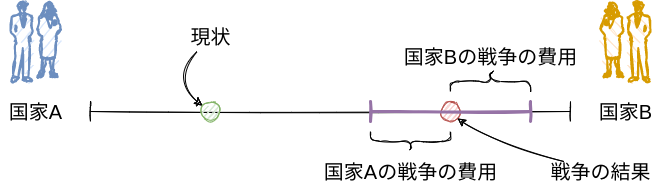
shohei-doi/intro_polisci keeps this draw.io diagram as docs/figures/bargaining_range3.drawio.png. Above is the earlier version. Source tidied: cells renumbered, new cells last; positions are measured from the earlier drawing's top-left corner, leaving out a move shared by most shapes. Source of this version:
```xml
<mxGraphModel>
  <root>
    <mxCell id="0" />
    <mxCell id="1" parent="0" />
    <mxCell id="2" style="shape=crossbar;whiteSpace=wrap;html=1;rounded=1;sketch=1;" parent="1" vertex="1">
      <mxGeometry x="90" y="100" width="480" height="20" as="geometry" />
    </mxCell>
    <mxCell id="3" value="&lt;font style=&quot;font-size: 20px&quot;&gt;国家A&lt;br&gt;&lt;/font&gt;" style="text;html=1;align=center;verticalAlign=middle;fillColor=none;strokeColor=none;rounded=0;sketch=1;" parent="1" vertex="1">
      <mxGeometry y="100" width="70" height="20" as="geometry" />
    </mxCell>
    <mxCell id="4" value="&lt;font style=&quot;font-size: 20px&quot;&gt;国家B&lt;br&gt;&lt;/font&gt;" style="text;html=1;align=center;verticalAlign=middle;fillColor=none;strokeColor=none;rounded=0;sketch=1;" parent="1" vertex="1">
      <mxGeometry x="590" y="100" width="70" height="20" as="geometry" />
    </mxCell>
    <mxCell id="5" style="shape=mxgraph.cisco.people.man_woman;html=1;dashed=0;fillColor=#dae8fc;strokeColor=#6c8ebf;strokeWidth=2;verticalLabelPosition=bottom;verticalAlign=top;align=center;sketch=1;fontSize=20;" parent="1" vertex="1">
      <mxGeometry x="10" width="50" height="80" as="geometry" />
    </mxCell>
    <mxCell id="6" style="shape=mxgraph.cisco.people.man_woman;html=1;dashed=0;fillColor=#ffe6cc;strokeColor=#d79b00;strokeWidth=2;verticalLabelPosition=bottom;verticalAlign=top;align=center;sketch=1;fontSize=20;flipH=1;" parent="1" vertex="1">
      <mxGeometry x="600" width="50" height="80" as="geometry" />
    </mxCell>
    <mxCell id="7" style="ellipse;whiteSpace=wrap;html=1;sketch=1;fontSize=20;fillColor=#d5e8d4;strokeColor=#82b366;" parent="1" vertex="1">
      <mxGeometry x="200" y="100" width="20" height="20" as="geometry" />
    </mxCell>
    <mxCell id="8" style="edgeStyle=none;html=1;fontSize=20;sketch=1;curved=1;" parent="1" edge="1" source="9" target="7">
      <mxGeometry relative="1" as="geometry">
        <Array as="points">
          <mxPoint x="170" y="80" />
        </Array>
      </mxGeometry>
    </mxCell>
    <mxCell id="9" value="現状" style="text;html=1;align=center;verticalAlign=middle;points=[];fillColor=none;strokeColor=none;rounded=0;sketch=1;fontSize=20;" parent="1" vertex="1">
      <mxGeometry x="180" y="20" width="60" height="30" as="geometry" />
    </mxCell>
    <mxCell id="10" style="shape=curlyBracket;whiteSpace=wrap;html=1;rounded=1;sketch=1;fontSize=20;rotation=-90;" parent="1" vertex="1">
      <mxGeometry x="400" y="100" width="20" height="80" as="geometry" />
    </mxCell>
    <mxCell id="11" value="国家Aの戦争の費用" style="text;html=1;align=center;verticalAlign=middle;fillColor=none;strokeColor=none;rounded=0;sketch=1;fontSize=20;" parent="1" vertex="1">
      <mxGeometry x="315" y="155" width="190" height="30" as="geometry" />
    </mxCell>
    <mxCell id="12" style="shape=curlyBracket;whiteSpace=wrap;html=1;rounded=1;sketch=1;fontSize=20;rotation=90;" parent="1" vertex="1">
      <mxGeometry x="480" y="40" width="20" height="80" as="geometry" />
    </mxCell>
    <mxCell id="13" value="国家Bの戦争の費用" style="text;html=1;align=center;verticalAlign=middle;fillColor=none;strokeColor=none;rounded=0;sketch=1;fontSize=20;" parent="1" vertex="1">
      <mxGeometry x="395" y="40" width="190" height="30" as="geometry" />
    </mxCell>
    <mxCell id="14" style="ellipse;whiteSpace=wrap;html=1;fillColor=#f8cecc;strokeColor=#b85450;sketch=1;" parent="1" vertex="1">
      <mxGeometry x="440" y="100" width="20" height="20" as="geometry" />
    </mxCell>
    <mxCell id="15" style="edgeStyle=none;curved=1;sketch=1;html=1;entryX=1;entryY=1;entryDx=0;entryDy=0;fontSize=20;" parent="1" edge="1" source="16" target="14">
      <mxGeometry relative="1" as="geometry">
        <Array as="points">
          <mxPoint x="490" y="140" />
        </Array>
      </mxGeometry>
    </mxCell>
    <mxCell id="16" value="&lt;font style=&quot;font-size: 20px&quot;&gt;戦争の結果&lt;/font&gt;" style="text;html=1;align=center;verticalAlign=middle;points=[];fillColor=none;strokeColor=none;rounded=0;sketch=1;" parent="1" vertex="1">
      <mxGeometry x="540" y="160" width="120" height="20" as="geometry" />
    </mxCell>
    <mxCell id="17" style="shape=crossbar;whiteSpace=wrap;html=1;rounded=1;sketch=1;strokeWidth=3;fillColor=#e1d5e7;strokeColor=#9673a6;" parent="1" vertex="1">
      <mxGeometry x="370" y="100" width="160" height="20" as="geometry" />
    </mxCell>
  </root>
</mxGraphModel>
```
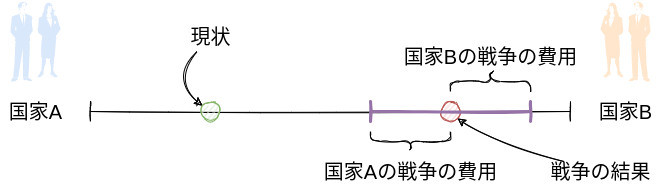
Above is the later version.

Change to the diagram source:
```diff
@@ -11,12 +11,6 @@
     <mxCell id="4" value="&lt;font style=&quot;font-size: 20px&quot;&gt;国家B&lt;br&gt;&lt;/font&gt;" style="text;html=1;align=center;verticalAlign=middle;fillColor=none;strokeColor=none;rounded=0;sketch=1;" parent="1" vertex="1">
       <mxGeometry x="590" y="100" width="70" height="20" as="geometry" />
     </mxCell>
-    <mxCell id="5" style="shape=mxgraph.cisco.people.man_woman;html=1;dashed=0;fillColor=#dae8fc;strokeColor=#6c8ebf;strokeWidth=2;verticalLabelPosition=bottom;verticalAlign=top;align=center;sketch=1;fontSize=20;" parent="1" vertex="1">
-      <mxGeometry x="10" width="50" height="80" as="geometry" />
-    </mxCell>
-    <mxCell id="6" style="shape=mxgraph.cisco.people.man_woman;html=1;dashed=0;fillColor=#ffe6cc;strokeColor=#d79b00;strokeWidth=2;verticalLabelPosition=bottom;verticalAlign=top;align=center;sketch=1;fontSize=20;flipH=1;" parent="1" vertex="1">
-      <mxGeometry x="600" width="50" height="80" as="geometry" />
-    </mxCell>
     <mxCell id="7" style="ellipse;whiteSpace=wrap;html=1;sketch=1;fontSize=20;fillColor=#d5e8d4;strokeColor=#82b366;" parent="1" vertex="1">
       <mxGeometry x="200" y="100" width="20" height="20" as="geometry" />
     </mxCell>
@@ -58,5 +52,11 @@
     <mxCell id="17" style="shape=crossbar;whiteSpace=wrap;html=1;rounded=1;sketch=1;strokeWidth=3;fillColor=#e1d5e7;strokeColor=#9673a6;" parent="1" vertex="1">
       <mxGeometry x="370" y="100" width="160" height="20" as="geometry" />
     </mxCell>
+    <mxCell id="18" style="shape=mxgraph.cisco.people.man_woman;html=1;dashed=0;fillColor=#dae8fc;strokeColor=#6c8ebf;strokeWidth=2;verticalLabelPosition=bottom;verticalAlign=top;align=center;fontSize=20;" parent="1" vertex="1">
+      <mxGeometry x="10" width="50" height="80" as="geometry" />
+    </mxCell>
+    <mxCell id="19" style="shape=mxgraph.cisco.people.man_woman;html=1;dashed=0;fillColor=#ffe6cc;strokeColor=#d79b00;strokeWidth=2;verticalLabelPosition=bottom;verticalAlign=top;align=center;fontSize=20;flipH=1;" parent="1" vertex="1">
+      <mxGeometry x="600" width="50" height="80" as="geometry" />
+    </mxCell>
   </root>
 </mxGraphModel>
```
